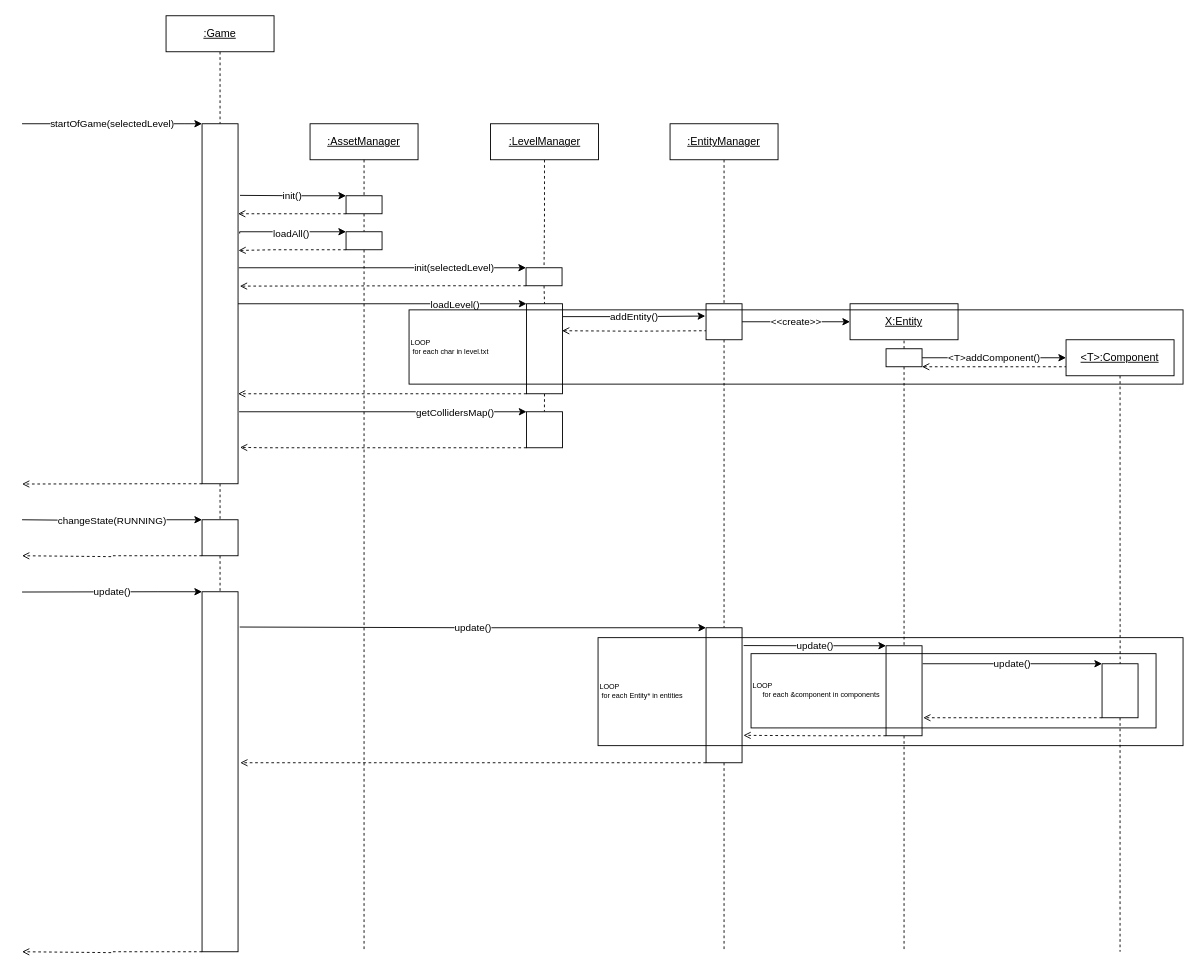
Above: page "Lifeline" (2 of 2) of classDiagram.drawio in dnilhnry/CPP-Game-Engine-and-Basic-Platformer (draw.io), before the change. Source tidied: cells renumbered, new cells numbered last; positions are measured from the earlier drawing's top-left corner, leaving out a move shared by most shapes. Both pictures are drawn from the tidied source at 90%, with x=0, y=0 at pixel (22, 15).
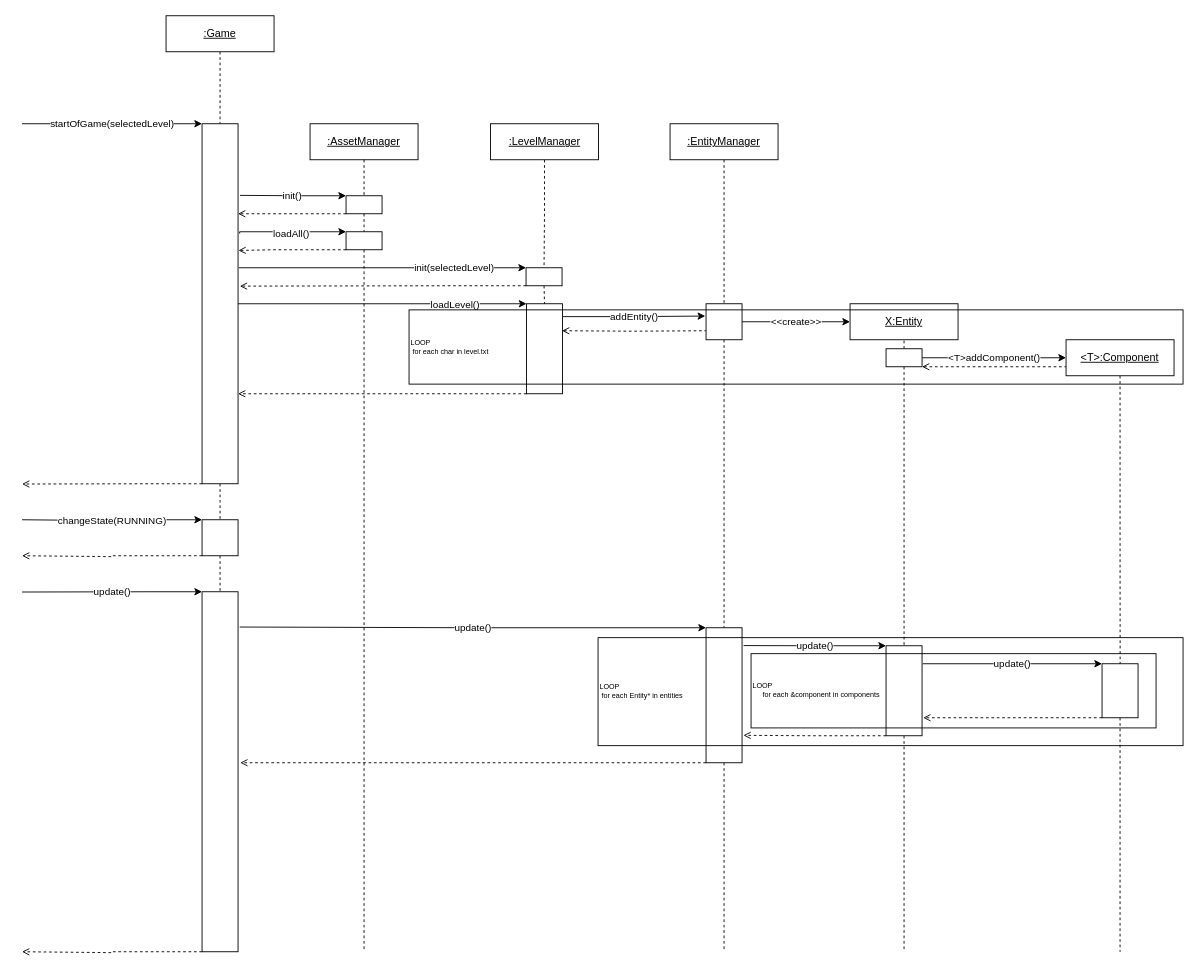
The same diagram, later.

The change refers to these unchanged cells:
```xml
<mxCell id="5" style="whiteSpace=wrap;html=1;rounded=0;" parent="1" vertex="1">
  <mxGeometry x="560.5" y="320" width="40" height="100" as="geometry" />
</mxCell>
<mxCell id="20" style="whiteSpace=wrap;html=1;rounded=0;" parent="1" vertex="1">
  <mxGeometry x="200" y="120" width="40" height="400" as="geometry" />
</mxCell>
```

Diff of the diagram source:
```diff
@@
-    <mxCell id="4" style="edgeStyle=orthogonalEdgeStyle;rounded=0;jettySize=auto;html=1;exitX=0.5;exitY=1;exitDx=0;exitDy=0;dashed=1;endArrow=none;endFill=0;" parent="1" edge="1" source="5">
-      <mxGeometry relative="1" as="geometry">
-        <mxPoint x="580.4" y="440" as="targetPoint" />
-      </mxGeometry>
-    </mxCell>
@@
-    <mxCell id="33" value="getCollidersMap()" style="edgeStyle=orthogonalEdgeStyle;rounded=0;jettySize=auto;html=1;startArrow=classic;startFill=1;endArrow=none;endFill=0;exitX=0;exitY=0;exitDx=0;exitDy=0;entryX=1.029;entryY=0.8;entryDx=0;entryDy=0;entryPerimeter=0;" parent="1" edge="1" source="45" target="20">
-      <mxGeometry x="-0.5" y="1" relative="1" as="geometry">
-        <Array as="points">
-          <mxPoint x="430" y="440" />
-          <mxPoint x="430" y="440" />
-        </Array>
-      </mxGeometry>
-    </mxCell>
@@
-    <mxCell id="44" style="edgeStyle=orthogonalEdgeStyle;rounded=0;jettySize=auto;html=1;exitX=0;exitY=1;exitDx=0;exitDy=0;entryX=1.054;entryY=0.899;entryDx=0;entryDy=0;entryPerimeter=0;startArrow=none;startFill=0;endArrow=open;endFill=0;dashed=1;" parent="1" edge="1" source="45" target="20">
-      <mxGeometry relative="1" as="geometry">
-        <Array as="points">
-          <mxPoint x="269" y="480" />
-        </Array>
-      </mxGeometry>
-    </mxCell>
-    <mxCell id="45" style="whiteSpace=wrap;html=1;rounded=0;" parent="1" vertex="1">
-      <mxGeometry x="560.5" y="440" width="40" height="40" as="geometry" />
-    </mxCell>
```
